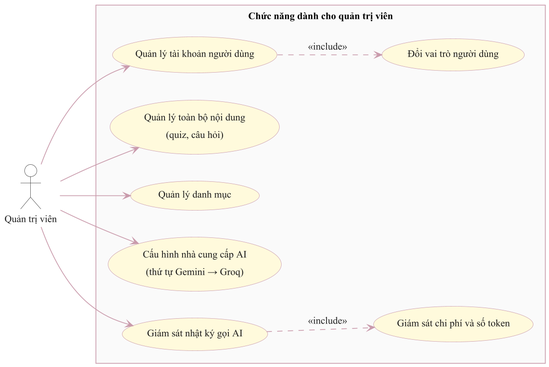
This is bao-cao-datn/assets/hinh-2.5.png from NguyenDuc2004/QUIZ-TRIVIA, a PlantUML export, as it was before one commit.
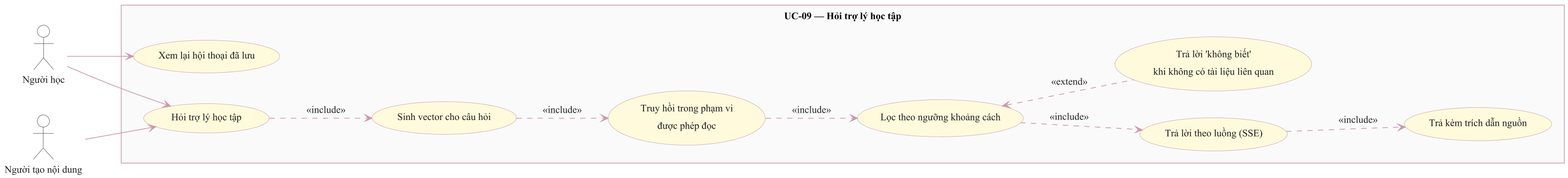
After the change.

What changed in the source:
```diff
@@ -64,21 +64,25 @@
 }
 
 left to right direction
-actor "Quản trị viên" as A
-rectangle "Chức năng dành cho quản trị viên" {
-  usecase "Quản lý tài khoản người dùng" as U1
-  usecase "Đổi vai trò người dùng" as U2
-  usecase "Quản lý toàn bộ nội dung\n(quiz, câu hỏi)" as U3
-  usecase "Quản lý danh mục" as U4
-  usecase "Cấu hình nhà cung cấp AI\n(thứ tự Gemini → Groq)" as U5
-  usecase "Giám sát nhật ký gọi AI" as U6
-  usecase "Giám sát chi phí và số token" as U7
+actor "Người học" as L
+actor "Người tạo nội dung" as C
+rectangle "UC-09 — Hỏi trợ lý học tập" {
+  usecase "Hỏi trợ lý học tập" as U1
+  usecase "Sinh vector cho câu hỏi" as U2
+  usecase "Truy hồi trong phạm vi\nđược phép đọc" as U3
+  usecase "Lọc theo ngưỡng khoảng cách" as U4
+  usecase "Trả lời theo luồng (SSE)" as U5
+  usecase "Trả kèm trích dẫn nguồn" as U6
+  usecase "Trả lời 'không biết'\nkhi không có tài liệu liên quan" as U7
+  usecase "Xem lại hội thoại đã lưu" as U8
 }
-A --> U1
-A --> U3
-A --> U4
-A --> U5
-A --> U6
+L --> U1
+C --> U1
+L --> U8
 U1 ..> U2 : <<include>>
-U6 ..> U7 : <<include>>
+U2 ..> U3 : <<include>>
+U3 ..> U4 : <<include>>
+U4 ..> U5 : <<include>>
+U5 ..> U6 : <<include>>
+U7 .up.> U4 : <<extend>>
 @enduml
```
